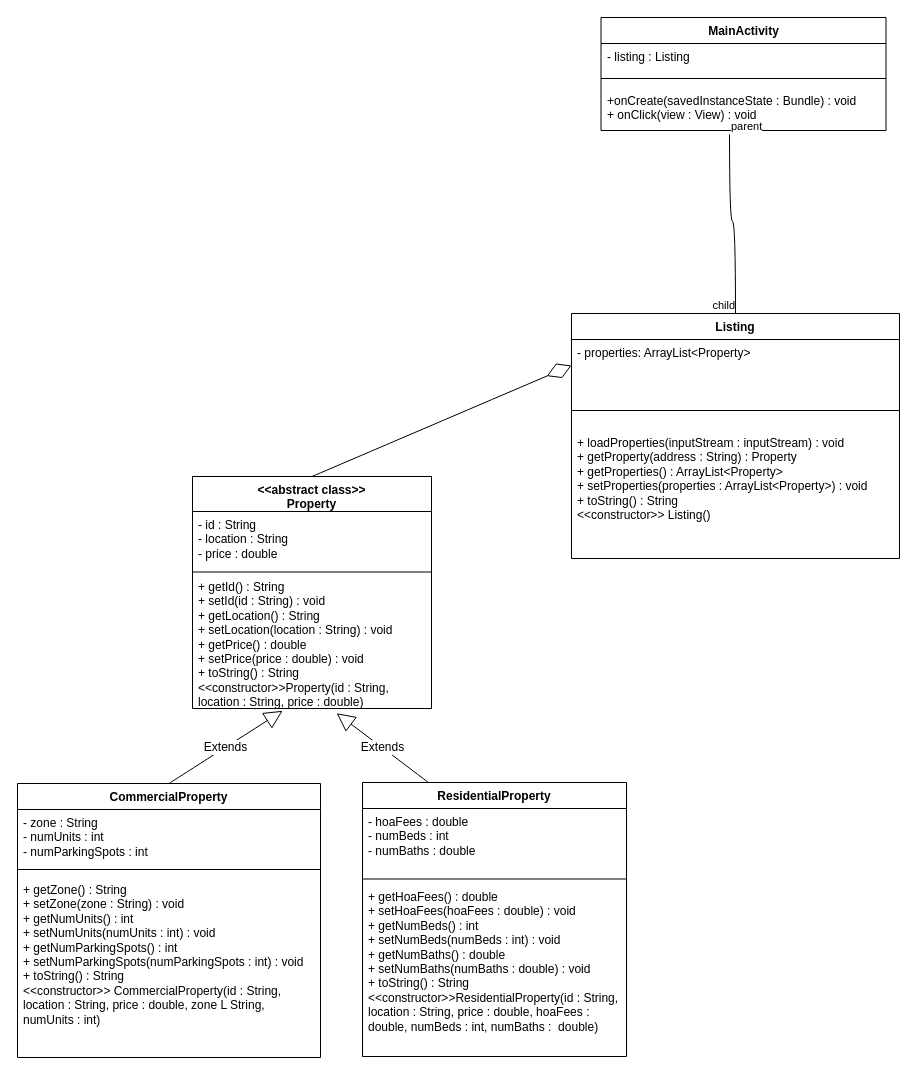
Before: Lab3.drawio in JesseAluiso/JesseAluiso, a draw.io diagram. Source tidied: cells renumbered, new cells numbered last; positions are measured from the earlier drawing's top-left corner, leaving out a move shared by most shapes. Both pictures are drawn from the tidied source at 100%, with x=0, y=0 at pixel (17, 17).
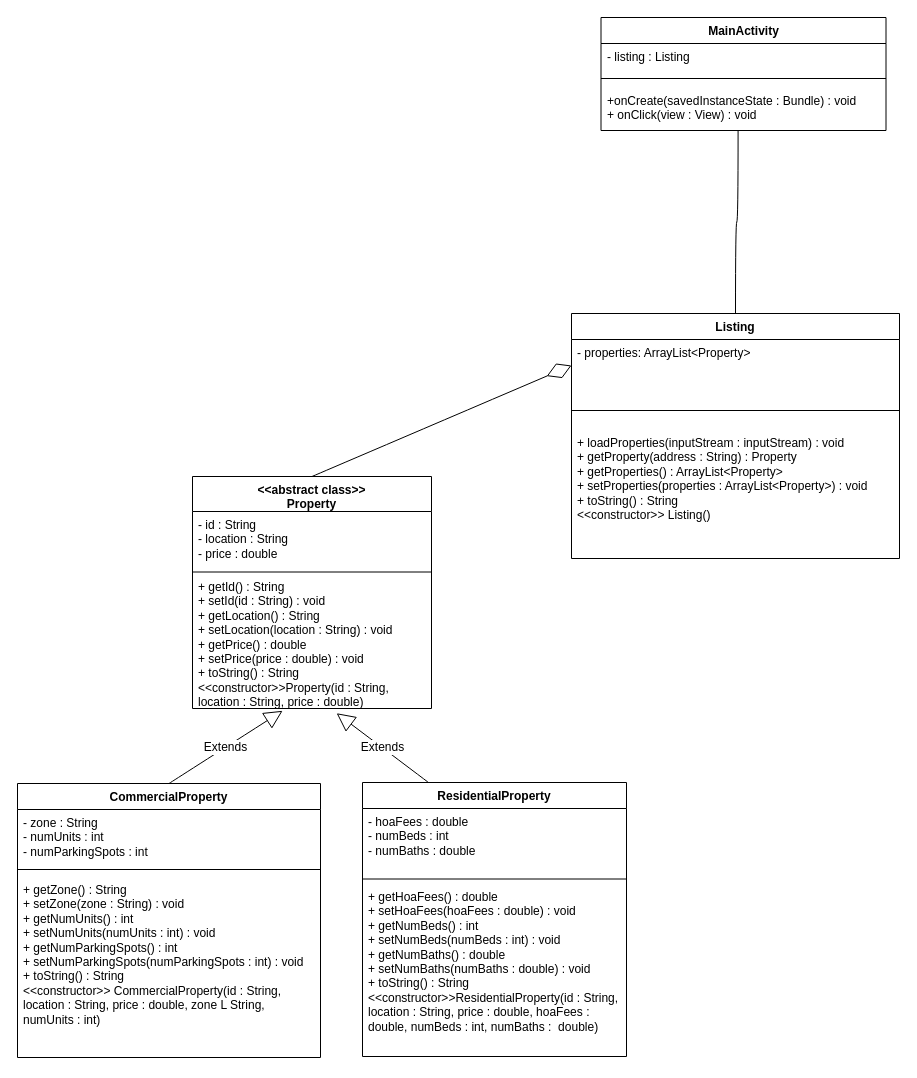
After the change.

Unchanged cells that the change refers to:
```xml
<mxCell id="14" value="Listing" style="swimlane;fontStyle=1;align=center;verticalAlign=top;horizontal=1;startSize=26;whiteSpace=wrap;html=1;" parent="1" vertex="1">
  <mxGeometry x="554" y="296" width="328" height="245" as="geometry" />
</mxCell>
<mxCell id="21" value="+onCreate(savedInstanceState : Bundle) : void&lt;div&gt;+ onClick(view : View) : void&lt;/div&gt;" style="text;strokeColor=none;fillColor=none;align=left;verticalAlign=top;spacingLeft=4;spacingRight=4;overflow=hidden;points=[[0,0.5],[1,0.5]];portConstraint=eastwest;whiteSpace=wrap;html=1;" parent="18" vertex="1">
  <mxGeometry y="70" width="285" height="43" as="geometry" />
</mxCell>
```

Diff of the diagram source:
```diff
@@
-    <mxCell id="25" style="endArrow=none;html=1;edgeStyle=orthogonalEdgeStyle;rounded=0;fontSize=12;startSize=8;endSize=8;curved=1;exitX=0.451;exitY=1.093;exitDx=0;exitDy=0;exitPerimeter=0;entryX=0.5;entryY=0;entryDx=0;entryDy=0;" parent="1" edge="1" source="21" target="14">
-      <mxGeometry relative="1" as="geometry">
-        <Array as="points">
-          <mxPoint x="712" y="204" />
-          <mxPoint x="718" y="204" />
-        </Array>
-      </mxGeometry>
+    <mxCell id="25" style="endArrow=none;html=1;edgeStyle=orthogonalEdgeStyle;rounded=0;fontSize=12;startSize=8;endSize=8;curved=1;entryX=0.5;entryY=0;entryDx=0;entryDy=0;exitX=0.481;exitY=1.003;exitDx=0;exitDy=0;exitPerimeter=0;" parent="1" edge="1" source="21" target="14">
+      <mxGeometry relative="1" as="geometry" />
     </mxCell>
-    <mxCell id="26" value="parent" style="edgeLabel;html=1;align=left;verticalAlign=bottom;" parent="25" vertex="1">
-      <mxGeometry x="-1" relative="1" as="geometry" />
-    </mxCell>
-    <mxCell id="27" value="child" style="edgeLabel;html=1;align=right;verticalAlign=bottom;" parent="25" vertex="1">
-      <mxGeometry x="1" relative="1" as="geometry" />
-    </mxCell>
```
